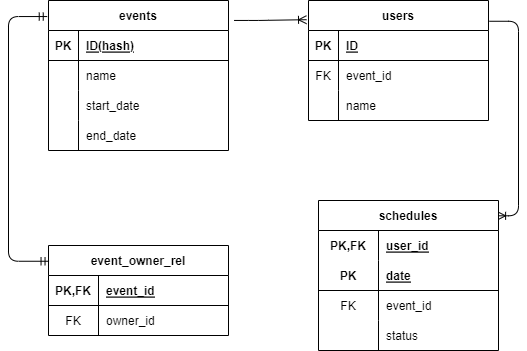
Before: DB_ER_diagram.drawio.png, a diagram exported from draw.io (kuu13580/schedule-checker). Source tidied: cells renumbered, new cells last; positions are measured from the earlier drawing's top-left corner, leaving out a move shared by most shapes.
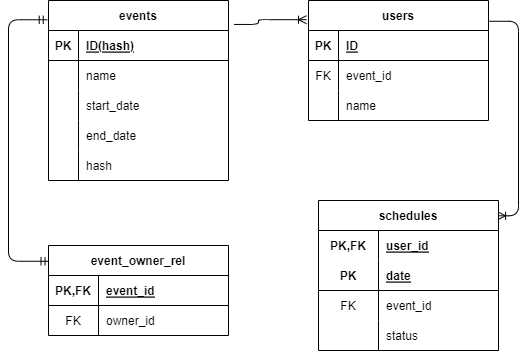
The same diagram one commit later.

Diff of the diagram source:
```diff
@@ -3,7 +3,7 @@
     <mxCell id="0" />
     <mxCell id="1" parent="0" />
     <mxCell id="2" value="events" style="shape=table;startSize=30;rowLines=0;fontStyle=1;align=center;" parent="1" vertex="1">
-      <mxGeometry x="40" width="180" height="150" as="geometry" />
+      <mxGeometry x="40" width="180" height="180" as="geometry" />
     </mxCell>
     <mxCell id="3" style="shape=tableRow;horizontal=0;startSize=0;swimlaneHead=0;swimlaneBody=0;fillColor=none;top=0;left=0;right=0;bottom=1;" parent="2" vertex="1">
       <mxGeometry y="30" width="180" height="30" as="geometry" />
@@ -41,6 +41,15 @@
     <mxCell id="14" value="end_date" style="shape=partialRectangle;fillColor=none;top=0;left=0;bottom=0;right=0;align=left;spacingLeft=6;overflow=hidden;" parent="12" vertex="1">
       <mxGeometry x="30" width="150" height="30" as="geometry" />
     </mxCell>
+    <mxCell id="48" style="shape=tableRow;horizontal=0;startSize=0;swimlaneHead=0;swimlaneBody=0;fillColor=none;top=0;left=0;right=0;bottom=0;" parent="2" vertex="1">
+      <mxGeometry y="150" width="180" height="30" as="geometry" />
+    </mxCell>
+    <mxCell id="49" style="shape=partialRectangle;fillColor=none;top=0;left=0;bottom=0;right=0;overflow=hidden;" parent="48" vertex="1">
+      <mxGeometry width="30" height="30" as="geometry" />
+    </mxCell>
+    <mxCell id="50" value="hash" style="shape=partialRectangle;fillColor=none;top=0;left=0;bottom=0;right=0;align=left;spacingLeft=6;overflow=hidden;" parent="48" vertex="1">
+      <mxGeometry x="30" width="150" height="30" as="geometry" />
+    </mxCell>
     <mxCell id="15" style="edgeStyle=elbowEdgeStyle;fontSize=12;html=1;endArrow=ERoneToMany;exitX=1.031;exitY=0.133;exitDx=0;exitDy=0;entryX=-0.011;entryY=0.16;entryDx=0;entryDy=0;exitPerimeter=0;entryPerimeter=0;" parent="1" edge="1" source="2" target="16">
       <mxGeometry relative="1" as="geometry">
         <Array as="points">
```
